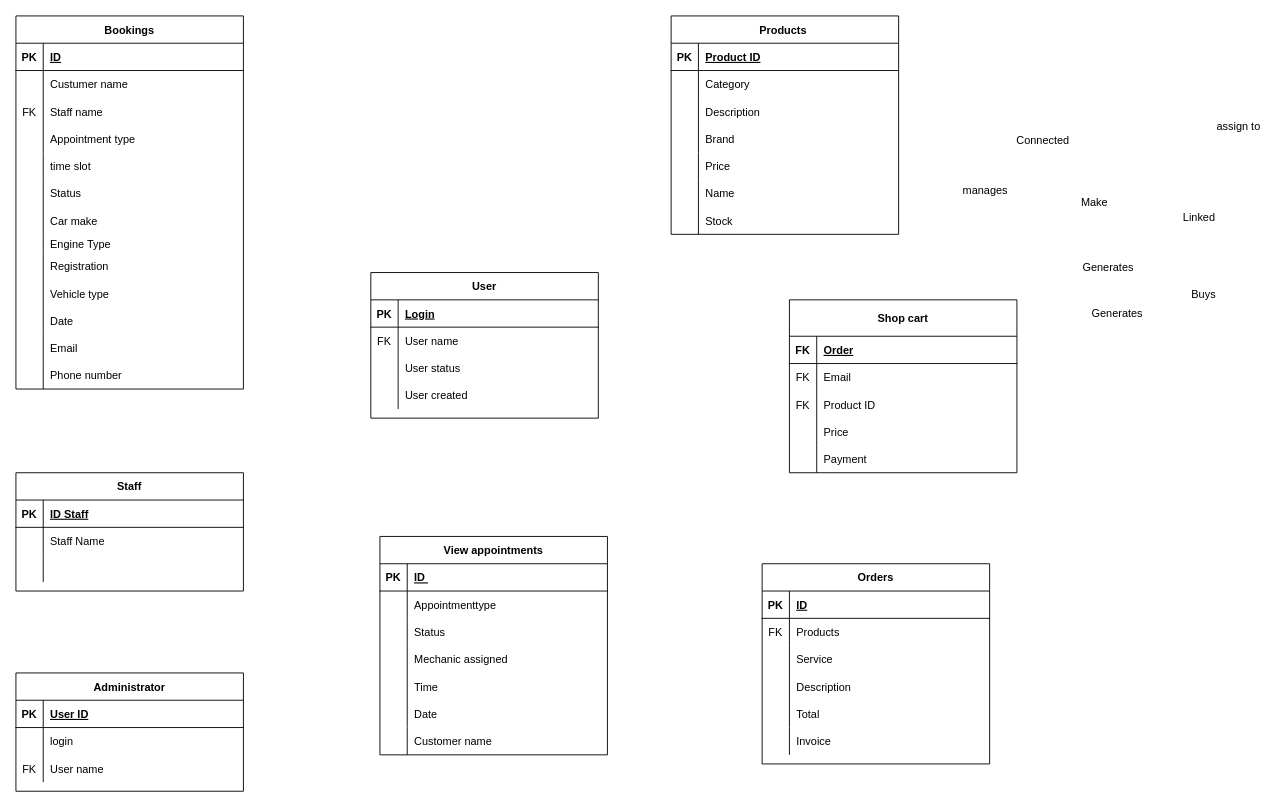
Above: Untitled Diagram.drawio in PriFlores/Garage-Database-design- (draw.io), before the change. Source tidied: cells renumbered, new cells numbered last; positions are measured from the earlier drawing's top-left corner, leaving out a move shared by most shapes. Both pictures are drawn from the tidied source at 91%, with x=0, y=0 at pixel (15, 15).
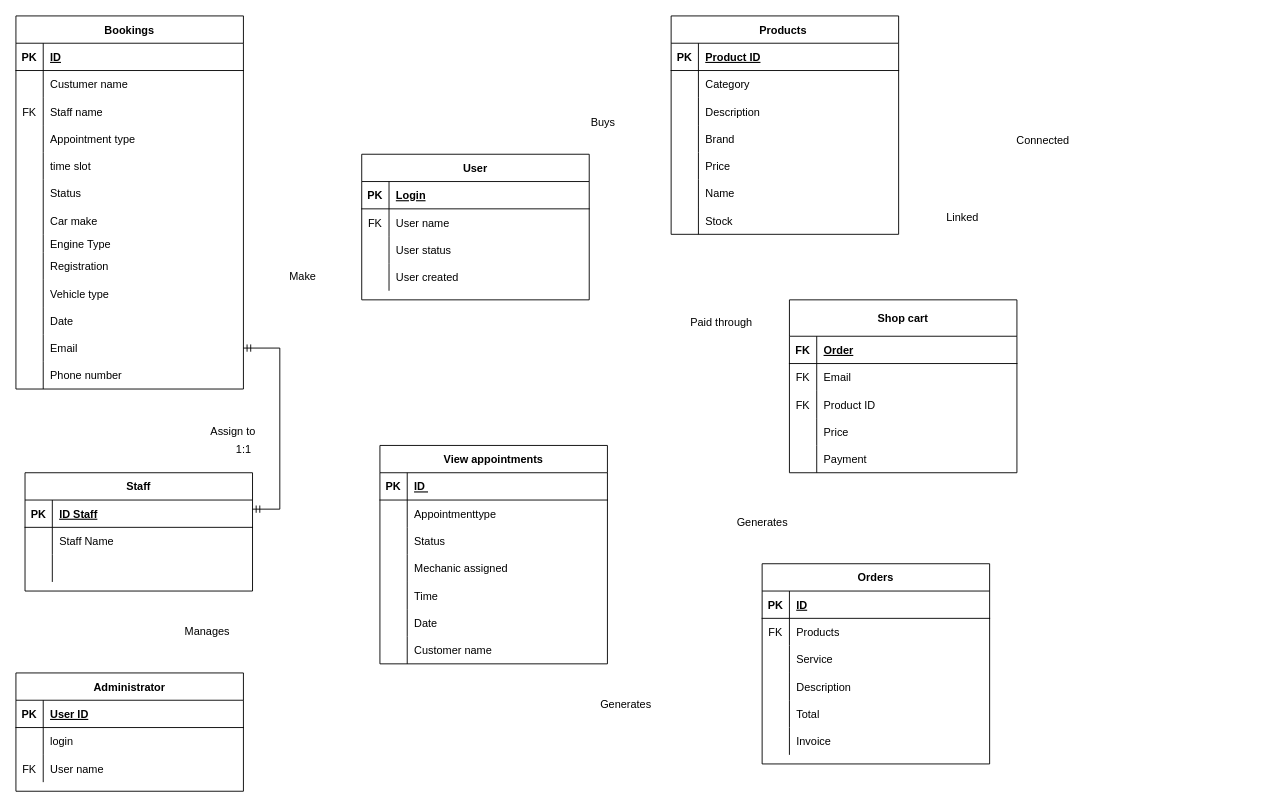
The same diagram, later.

The change refers to these unchanged cells:
```xml
<mxCell id="55" style="shape=partialRectangle;fillColor=none;points=[[0,0.5],[1,0.5]];portConstraint=eastwest;top=0;left=0;right=0;bottom=0;" parent="21" vertex="1">
  <mxGeometry y="350" width="250" height="30" as="geometry" />
</mxCell>
```

Diff of the diagram source:
```diff
@@
     <mxCell id="83" value="View appointments" style="shape=table;startSize=30;childLayout=tableLayout;rowLines=0;fontStyle=1;align=center;" parent="1" vertex="1">
-      <mxGeometry x="400" y="572" width="250" height="240" as="geometry" />
+      <mxGeometry x="400" y="472" width="250" height="240" as="geometry" />
     </mxCell>
@@
     <mxCell id="105" value="Staff" style="shape=table;startSize=30;childLayout=tableLayout;rowLines=0;fontStyle=1;align=center;" parent="1" vertex="1">
-      <mxGeometry y="502" width="250" height="130" as="geometry" />
+      <mxGeometry x="10" y="502" width="250" height="130" as="geometry" />
     </mxCell>
@@
     <mxCell id="141" value="User" style="shape=table;startSize=30;childLayout=tableLayout;rowLines=0;fontStyle=1;align=center;" parent="1" vertex="1">
-      <mxGeometry x="390" y="282" width="250" height="160" as="geometry" />
+      <mxGeometry x="380" y="152" width="250" height="160" as="geometry" />
     </mxCell>
@@
     <mxCell id="155" value="Make" style="text;html=1;align=center;verticalAlign=middle;strokeColor=none;fillColor=none;" parent="1" vertex="1">
-      <mxGeometry x="1160" y="190" width="50" height="30" as="geometry" />
+      <mxGeometry x="290" y="272" width="50" height="30" as="geometry" />
     </mxCell>
-    <mxCell id="156" value="manages" style="text;html=1;align=center;verticalAlign=middle;strokeColor=none;fillColor=none;" parent="1" vertex="1">
-      <mxGeometry x="1030" y="177" width="70" height="30" as="geometry" />
-    </mxCell>
-    <mxCell id="157" value="assign to&amp;nbsp;" style="text;html=1;align=center;verticalAlign=middle;fillColor=none;strokeColor=none;rounded=0;fontFamily=Helvetica;fontSize=12;fontColor=default;" parent="1" vertex="1">
-      <mxGeometry x="1310" y="107" width="70" height="30" as="geometry" />
+    <mxCell id="157" value="Assign to&amp;nbsp;" style="text;html=1;align=center;verticalAlign=middle;fillColor=none;strokeColor=none;rounded=0;fontFamily=Helvetica;fontSize=12;fontColor=default;" parent="1" vertex="1">
+      <mxGeometry x="200" y="442" width="80" height="30" as="geometry" />
     </mxCell>
     <mxCell id="158" value="Generates" style="text;html=1;align=center;verticalAlign=middle;strokeColor=none;fillColor=none;" parent="1" vertex="1">
-      <mxGeometry x="1160" y="262" width="80" height="30" as="geometry" />
+      <mxGeometry x="780" y="542" width="80" height="30" as="geometry" />
     </mxCell>
     <mxCell id="159" value="Generates" style="text;html=1;align=center;verticalAlign=middle;strokeColor=none;fillColor=none;" parent="1" vertex="1">
-      <mxGeometry x="1170" y="312" width="80" height="30" as="geometry" />
+      <mxGeometry x="630" y="742" width="80" height="30" as="geometry" />
     </mxCell>
     <mxCell id="160" value="Linked" style="text;html=1;align=center;verticalAlign=middle;strokeColor=none;fillColor=none;" parent="1" vertex="1">
-      <mxGeometry x="1270" y="207" width="60" height="30" as="geometry" />
+      <mxGeometry x="1010" y="207" width="60" height="30" as="geometry" />
     </mxCell>
     <mxCell id="161" value="Buys" style="text;html=1;align=center;verticalAlign=middle;strokeColor=none;fillColor=none;" parent="1" vertex="1">
-      <mxGeometry x="1280" y="292" width="50" height="30" as="geometry" />
+      <mxGeometry x="620" y="102" width="50" height="30" as="geometry" />
     </mxCell>
+    <mxCell id="162" value="Manages" style="text;html=1;align=center;verticalAlign=middle;strokeColor=none;fillColor=none;" parent="1" vertex="1">
+      <mxGeometry x="175" y="662" width="70" height="30" as="geometry" />
+    </mxCell>
+    <mxCell id="163" value="Paid through" style="text;html=1;align=center;verticalAlign=middle;strokeColor=none;fillColor=none;" parent="1" vertex="1">
+      <mxGeometry x="730" y="322" width="90" height="30" as="geometry" />
+    </mxCell>
+    <mxCell id="164" style="edgeStyle=entityRelationEdgeStyle;fontSize=12;html=1;endArrow=ERmandOne;startArrow=ERmandOne;rounded=0;fontFamily=Helvetica;fontColor=default;" parent="1" edge="1" target="55">
+      <mxGeometry relative="1" as="geometry">
+        <mxPoint x="260" y="542" as="sourcePoint" />
+      </mxGeometry>
+    </mxCell>
+    <mxCell id="165" value="1:1" style="text;html=1;align=center;verticalAlign=middle;fillColor=none;strokeColor=none;rounded=0;fontFamily=Helvetica;fontSize=12;fontColor=default;" parent="1" vertex="1">
+      <mxGeometry x="230" y="462" width="40" height="30" as="geometry" />
+    </mxCell>
```
